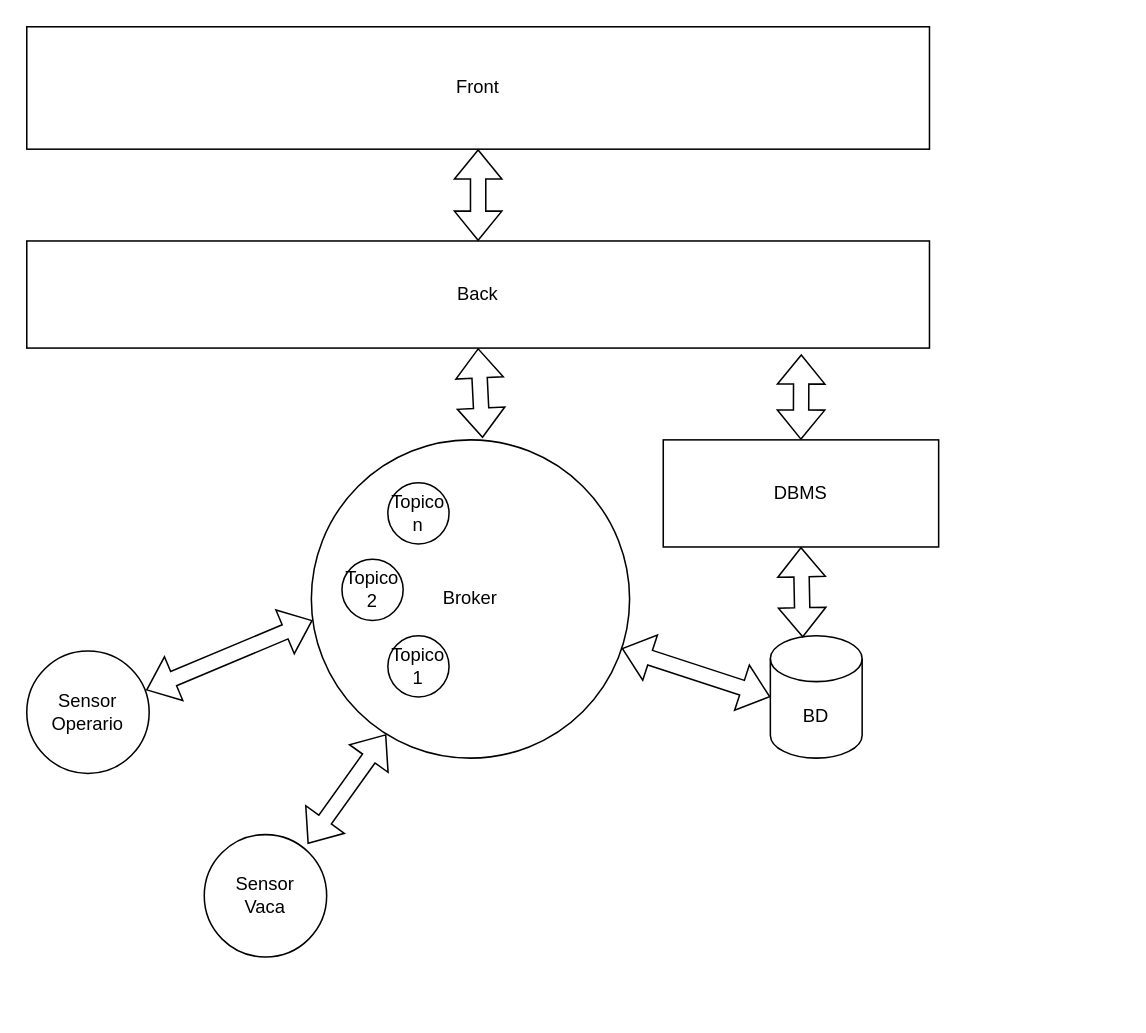
Before: Arquitectura/Diagrama Lasso.drawio in ramirolepori/Lasso, a draw.io diagram. Source tidied: cells renumbered, new cells numbered last; positions are measured from the earlier drawing's top-left corner, leaving out a move shared by most shapes. Both pictures are drawn from the tidied source at 153%, with x=0, y=0 at pixel (26, 26).
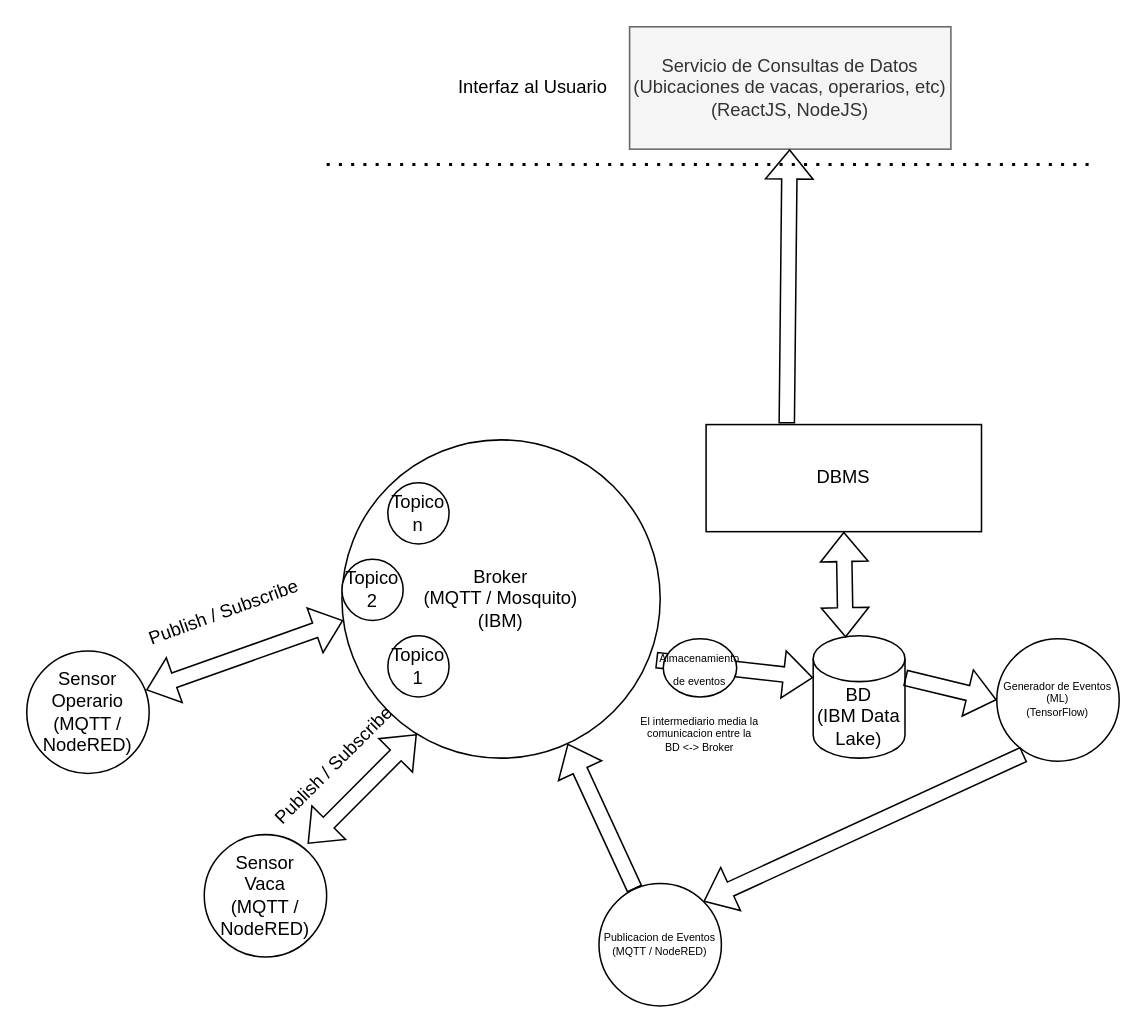
After the change.

Commit message:
Modifico el diagrama de arquitectura

What changed in the source:
```diff
@@
-    <mxCell id="2" value="Front" style="rounded=0;whiteSpace=wrap;html=1;" parent="1" vertex="1">
-      <mxGeometry width="590" height="80" as="geometry" />
+    <mxCell id="2" value="Servicio de Consultas de Datos&lt;br&gt;(Ubicaciones de vacas, operarios, etc)&lt;br&gt;(ReactJS, NodeJS)" style="rounded=0;whiteSpace=wrap;html=1;fillColor=#f5f5f5;fontColor=#333333;strokeColor=#666666;" parent="1" vertex="1">
+      <mxGeometry x="394" width="210" height="80" as="geometry" />
     </mxCell>
-    <mxCell id="3" value="Back" style="rounded=0;whiteSpace=wrap;html=1;" parent="1" vertex="1">
-      <mxGeometry y="140" width="590" height="70" as="geometry" />
-    </mxCell>
-    <mxCell id="4" value="Broker" style="ellipse;whiteSpace=wrap;html=1;" parent="1" vertex="1">
-      <mxGeometry x="186" y="270" width="208" height="208" as="geometry" />
+    <mxCell id="4" value="Broker&lt;br&gt;(MQTT / Mosquito)&lt;br&gt;(IBM)" style="ellipse;whiteSpace=wrap;html=1;" parent="1" vertex="1">
+      <mxGeometry x="206" y="270" width="208" height="208" as="geometry" />
     </mxCell>
-    <mxCell id="5" value="Sensor &lt;br&gt;Vaca" style="ellipse;whiteSpace=wrap;html=1;" parent="1" vertex="1">
+    <mxCell id="5" value="Sensor &lt;br&gt;Vaca&lt;br&gt;(MQTT / NodeRED)" style="ellipse;whiteSpace=wrap;html=1;" parent="1" vertex="1">
       <mxGeometry x="116" y="528" width="80" height="80" as="geometry" />
     </mxCell>
-    <mxCell id="6" value="Sensor Operario" style="ellipse;whiteSpace=wrap;html=1;" parent="1" vertex="1">
+    <mxCell id="6" value="Sensor Operario&lt;br&gt;(MQTT / NodeRED)" style="ellipse;whiteSpace=wrap;html=1;" parent="1" vertex="1">
       <mxGeometry y="408" width="80" height="80" as="geometry" />
     </mxCell>
@@
-    <mxCell id="12" style="shape=flexArrow;endArrow=classic;startArrow=classic;html=1;rounded=0;entryX=0.5;entryY=1;entryDx=0;entryDy=0;exitX=0.5;exitY=0;exitDx=0;exitDy=0;" parent="1" edge="1" source="3" target="2">
-      <mxGeometry relative="1" as="geometry" />
-    </mxCell>
-    <mxCell id="13" value="BD" style="shape=cylinder3;whiteSpace=wrap;html=1;boundedLbl=1;backgroundOutline=1;size=15;" parent="1" vertex="1">
-      <mxGeometry x="486" y="398" width="60" height="80" as="geometry" />
+    <mxCell id="13" value="BD&lt;br&gt;(IBM Data Lake)" style="shape=cylinder3;whiteSpace=wrap;html=1;boundedLbl=1;backgroundOutline=1;size=15;" parent="1" vertex="1">
+      <mxGeometry x="514" y="398" width="60" height="80" as="geometry" />
     </mxCell>
-    <mxCell id="14" style="shape=flexArrow;endArrow=classic;startArrow=classic;html=1;rounded=0;entryX=0.5;entryY=1;entryDx=0;entryDy=0;exitX=0.538;exitY=-0.006;exitDx=0;exitDy=0;exitPerimeter=0;" parent="1" edge="1" source="4" target="3">
-      <mxGeometry relative="1" as="geometry" />
-    </mxCell>
@@
     <mxCell id="16" value="DBMS" style="rounded=0;whiteSpace=wrap;html=1;" parent="1" vertex="1">
-      <mxGeometry x="416" y="270" width="180" height="70" as="geometry" />
+      <mxGeometry x="444" y="260" width="180" height="70" as="geometry" />
     </mxCell>
-    <mxCell id="17" style="shape=flexArrow;endArrow=classic;startArrow=classic;html=1;rounded=0;entryX=0.858;entryY=1.057;entryDx=0;entryDy=0;entryPerimeter=0;exitX=0.5;exitY=0;exitDx=0;exitDy=0;" parent="1" edge="1" source="16" target="3">
-      <mxGeometry relative="1" as="geometry" />
-    </mxCell>
+    <mxCell id="19" value="El intermediario media la comunicacion entre la BD &amp;lt;-&amp;gt; Broker" style="text;html=1;strokeColor=none;fillColor=none;align=center;verticalAlign=middle;whiteSpace=wrap;rounded=0;fontSize=7;" parent="1" vertex="1">
+      <mxGeometry x="400" y="448" width="80" height="30" as="geometry" />
+    </mxCell>
+    <mxCell id="20" value="Publicacion de Eventos&lt;br&gt;(MQTT / NodeRED)" style="ellipse;whiteSpace=wrap;html=1;fontSize=7;" parent="1" vertex="1">
+      <mxGeometry x="374" y="560" width="80" height="80" as="geometry" />
+    </mxCell>
+    <mxCell id="21" style="shape=flexArrow;endArrow=classic;html=1;rounded=0;fontSize=7;" parent="1" edge="1" source="20" target="4">
+      <mxGeometry relative="1" as="geometry" />
+    </mxCell>
-    <mxCell id="18" style="shape=flexArrow;endArrow=classic;startArrow=classic;html=1;rounded=0;entryX=0;entryY=0.5;entryDx=0;entryDy=0;entryPerimeter=0;" parent="1" edge="1" source="4" target="13">
+    <mxCell id="18" style="shape=flexArrow;endArrow=classic;html=1;rounded=0;fontSize=7;entryX=0;entryY=0;entryDx=0;entryDy=27.5;entryPerimeter=0;exitX=0.987;exitY=0.692;exitDx=0;exitDy=0;exitPerimeter=0;" parent="1" edge="1" source="4" target="13">
       <mxGeometry relative="1" as="geometry" />
     </mxCell>
+    <mxCell id="22" value="Generador de Eventos&lt;br&gt;(ML)&lt;br&gt;(TensorFlow)" style="ellipse;whiteSpace=wrap;html=1;fontSize=7;" parent="1" vertex="1">
+      <mxGeometry x="634" y="400" width="80" height="80" as="geometry" />
+    </mxCell>
+    <mxCell id="23" style="shape=flexArrow;endArrow=classic;html=1;rounded=0;fontSize=7;entryX=0;entryY=0.5;entryDx=0;entryDy=0;exitX=1;exitY=0;exitDx=0;exitDy=27.5;exitPerimeter=0;" parent="1" edge="1" source="13" target="22">
+      <mxGeometry relative="1" as="geometry" />
+    </mxCell>
+    <mxCell id="24" style="shape=flexArrow;endArrow=classic;html=1;rounded=0;fontSize=7;exitX=0.293;exitY=-0.01;exitDx=0;exitDy=0;exitPerimeter=0;" parent="1" edge="1" source="16" target="2">
+      <mxGeometry relative="1" as="geometry" />
+    </mxCell>
+    <mxCell id="25" style="endArrow=none;dashed=1;html=1;dashPattern=1 3;strokeWidth=2;rounded=0;fontSize=7;" parent="1" edge="1">
+      <mxGeometry relative="1" as="geometry">
+        <mxPoint x="196" y="90" as="sourcePoint" />
+        <mxPoint x="696" y="90" as="targetPoint" />
+      </mxGeometry>
+    </mxCell>
+    <mxCell id="26" value="&lt;font style=&quot;font-size: 12px;&quot;&gt;Interfaz al Usuario&lt;/font&gt;" style="text;html=1;strokeColor=none;fillColor=none;align=center;verticalAlign=middle;whiteSpace=wrap;rounded=0;fontSize=7;" parent="1" vertex="1">
+      <mxGeometry x="276" y="25" width="110" height="30" as="geometry" />
+    </mxCell>
+    <mxCell id="27" value="&lt;font style=&quot;font-size: 7px;&quot;&gt;Almacenamiento de eventos&lt;/font&gt;" style="ellipse;whiteSpace=wrap;html=1;fillColor=#FFFFFF;" parent="1" vertex="1">
+      <mxGeometry x="416" y="400" width="48" height="38" as="geometry" />
+    </mxCell>
+    <mxCell id="28" value="Publish / Subscribe" style="text;html=1;strokeColor=none;fillColor=none;align=center;verticalAlign=middle;whiteSpace=wrap;rounded=0;fontSize=12;rotation=-20;" parent="1" vertex="1">
+      <mxGeometry x="74" y="368" width="110" height="30" as="geometry" />
+    </mxCell>
+    <mxCell id="29" value="Publish / Subscribe" style="text;html=1;strokeColor=none;fillColor=none;align=center;verticalAlign=middle;whiteSpace=wrap;rounded=0;fontSize=12;rotation=-45;" parent="1" vertex="1">
+      <mxGeometry x="147" y="468" width="108" height="30" as="geometry" />
+    </mxCell>
+    <mxCell id="30" style="shape=flexArrow;endArrow=classic;html=1;rounded=0;fontSize=12;entryX=1;entryY=0;entryDx=0;entryDy=0;exitX=0.221;exitY=0.944;exitDx=0;exitDy=0;exitPerimeter=0;" parent="1" edge="1" source="22" target="20">
+      <mxGeometry relative="1" as="geometry" />
+    </mxCell>
```
